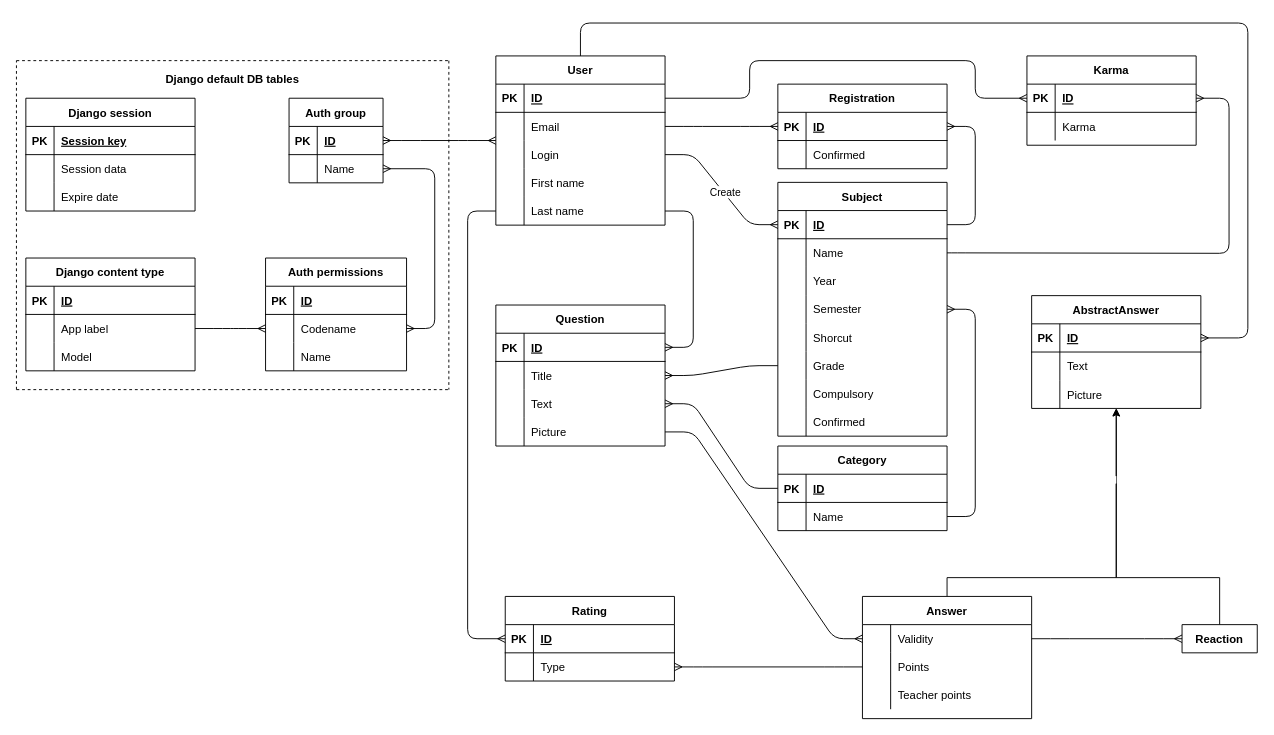
Earlier version of the draw.io diagram docs/ER.drawio (FilipSolich/IIS). Source tidied: cells renumbered, new cells numbered last; positions are measured from the earlier drawing's top-left corner, leaving out a move shared by most shapes. Both pictures are drawn from the tidied source at 94%, with x=0, y=0 at pixel (16, 23).
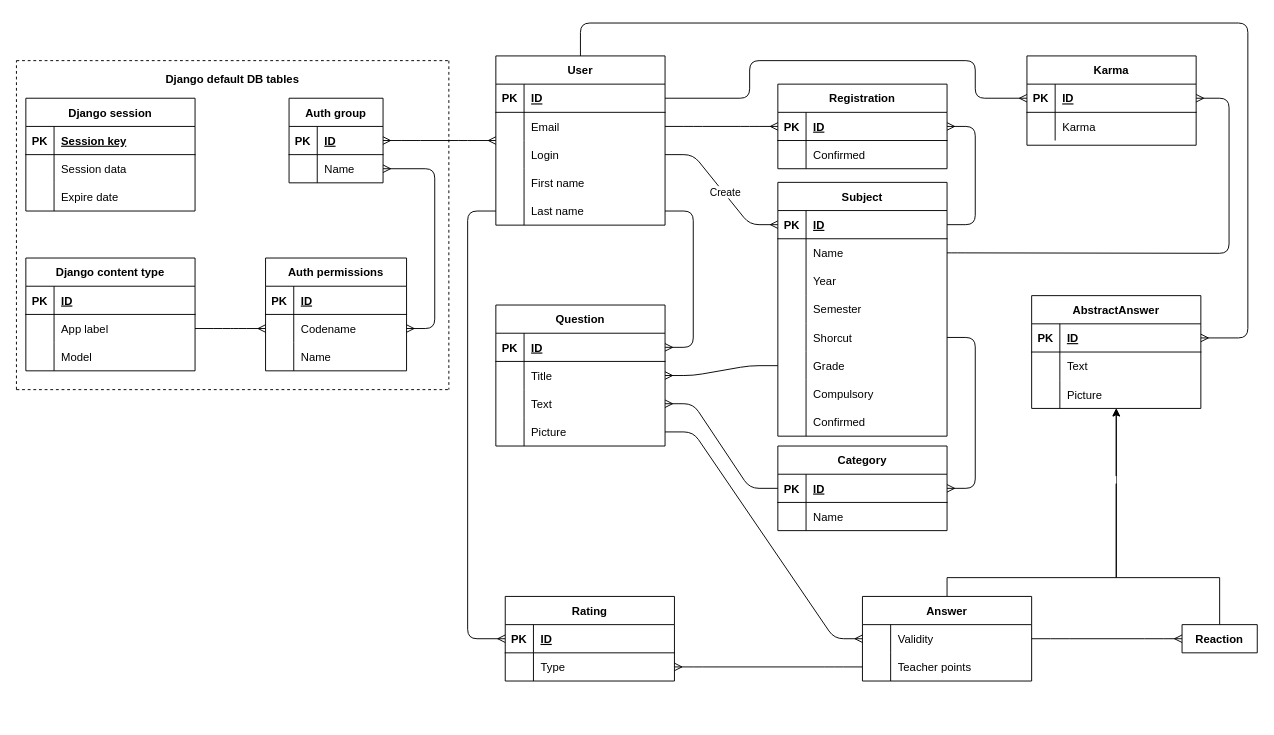
Above is the later version.

The change refers to these unchanged cells:
```xml
<mxCell id="46" style="shape=partialRectangle;fillColor=none;top=0;left=0;bottom=0;right=0;points=[[0,0.5],[1,0.5]];portConstraint=eastwest;" parent="42" vertex="1">
  <mxGeometry y="60" width="180" height="30" as="geometry" />
</mxCell>
<mxCell id="59" style="shape=partialRectangle;fillColor=none;top=0;left=0;bottom=0;right=0;points=[[0,0.5],[1,0.5]];portConstraint=eastwest;" parent="49" vertex="1">
  <mxGeometry y="120" width="180" height="30" as="geometry" />
</mxCell>
<mxCell id="62" style="shape=partialRectangle;fillColor=none;top=0;left=0;bottom=0;right=0;points=[[0,0.5],[1,0.5]];portConstraint=eastwest;hachureGap=4;" parent="49" vertex="1">
  <mxGeometry y="150" width="180" height="30" as="geometry" />
</mxCell>
<mxCell id="75" style="shape=partialRectangle;fillColor=none;top=0;left=0;bottom=1;right=0;points=[[0,0.5],[1,0.5]];portConstraint=eastwest;" parent="74" vertex="1">
  <mxGeometry y="30" width="180" height="30" as="geometry" />
</mxCell>
<mxCell id="78" style="shape=partialRectangle;fillColor=none;top=0;left=0;bottom=0;right=0;points=[[0,0.5],[1,0.5]];portConstraint=eastwest;" parent="74" vertex="1">
  <mxGeometry y="60" width="180" height="30" as="geometry" />
</mxCell>
```

The edit, as a diff of the source:
```diff
@@
-    <mxCell id="84" style="edgeStyle=entityRelationEdgeStyle;fontSize=12;html=1;endArrow=ERmany;exitX=0;exitY=0.5;exitDx=0;exitDy=0;" parent="1" edge="1" source="142" target="46">
+    <mxCell id="84" style="edgeStyle=entityRelationEdgeStyle;fontSize=12;html=1;endArrow=ERmany;exitX=0;exitY=0.5;exitDx=0;exitDy=0;" parent="1" edge="1" source="145" target="46">
       <mxGeometry relative="1" as="geometry" />
     </mxCell>
-    <mxCell id="85" style="edgeStyle=entityRelationEdgeStyle;fontSize=12;html=1;endArrow=ERmany;" parent="1" edge="1" source="78" target="59">
+    <mxCell id="85" style="edgeStyle=entityRelationEdgeStyle;fontSize=12;html=1;endArrow=ERmany;exitX=1;exitY=0.5;exitDx=0;exitDy=0;entryX=1;entryY=0.5;entryDx=0;entryDy=0;" parent="1" edge="1" source="62" target="75">
       <mxGeometry relative="1" as="geometry" />
     </mxCell>
@@
     <mxCell id="138" value="Answer" style="shape=table;startSize=30;childLayout=tableLayout;rowLines=0;fontStyle=1;align=center;" parent="1" vertex="1">
-      <mxGeometry x="900" y="610" width="180" height="130" as="geometry" />
+      <mxGeometry x="900" y="610" width="180" height="90" as="geometry" />
     </mxCell>
@@
-    <mxCell id="142" style="shape=partialRectangle;fillColor=none;top=0;left=0;bottom=0;right=0;points=[[0,0.5],[1,0.5]];portConstraint=eastwest;" parent="138" vertex="1">
-      <mxGeometry y="60" width="180" height="30" as="geometry" />
-    </mxCell>
-    <mxCell id="143" style="shape=partialRectangle;fillColor=none;top=0;left=0;bottom=0;right=0;overflow=hidden;" parent="142" vertex="1">
-      <mxGeometry width="30" height="30" as="geometry" />
-    </mxCell>
-    <mxCell id="144" value="Points" style="shape=partialRectangle;fillColor=none;top=0;left=0;bottom=0;right=0;align=left;spacingLeft=6;overflow=hidden;" parent="142" vertex="1">
-      <mxGeometry x="30" width="150" height="30" as="geometry" />
-    </mxCell>
     <mxCell id="145" style="shape=partialRectangle;fillColor=none;top=0;left=0;bottom=0;right=0;points=[[0,0.5],[1,0.5]];portConstraint=eastwest;" parent="138" vertex="1">
-      <mxGeometry y="90" width="180" height="30" as="geometry" />
+      <mxGeometry y="60" width="180" height="30" as="geometry" />
     </mxCell>
```
